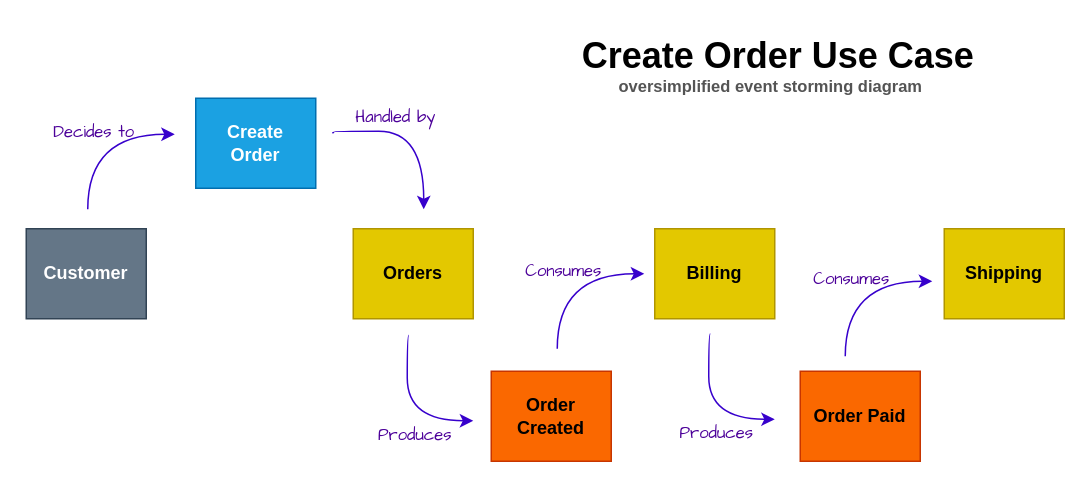
Gio0300/LoosePubSubAzure keeps this draw.io diagram as diagrams/business_use_case.drawio. Above is the earlier version. Source tidied: cells renumbered, new cells numbered last; positions are measured from the earlier drawing's top-left corner, leaving out a move shared by most shapes. Both pictures are drawn from the tidied source at 150%, with x=0, y=0 at pixel (26, 26).
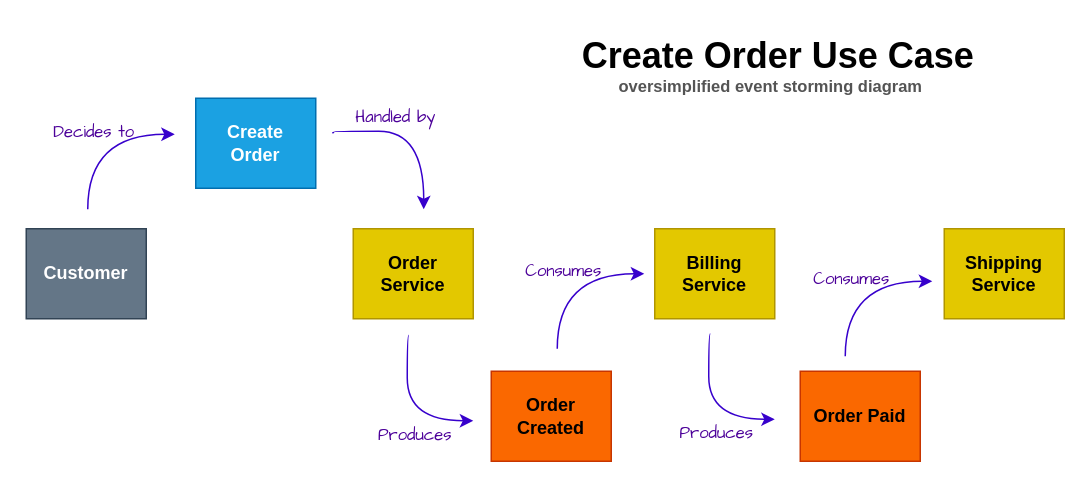
After the change.

Commit message (it also covers changes not shown here):
complete introduction

What changed in the source:
```diff
@@
-    <mxCell id="2" value="Orders" style="rounded=0;whiteSpace=wrap;html=1;fillColor=#e3c800;fontColor=#000000;strokeColor=#B09500;fontStyle=1;" parent="1" vertex="1">
+    <mxCell id="2" value="Order&lt;br&gt;Service" style="rounded=0;whiteSpace=wrap;html=1;fillColor=#e3c800;fontColor=#000000;strokeColor=#B09500;fontStyle=1;" parent="1" vertex="1">
       <mxGeometry x="218" y="135" width="80" height="60" as="geometry" />
     </mxCell>
-    <mxCell id="3" value="Billing" style="rounded=0;whiteSpace=wrap;html=1;fillColor=#e3c800;fontColor=#000000;strokeColor=#B09500;fontStyle=1;" parent="1" vertex="1">
+    <mxCell id="3" value="Billing&lt;br&gt;Service" style="rounded=0;whiteSpace=wrap;html=1;fillColor=#e3c800;fontColor=#000000;strokeColor=#B09500;fontStyle=1;" parent="1" vertex="1">
       <mxGeometry x="419" y="135" width="80" height="60" as="geometry" />
     </mxCell>
@@
-    <mxCell id="8" value="Shipping" style="rounded=0;whiteSpace=wrap;html=1;fillColor=#e3c800;fontColor=#000000;strokeColor=#B09500;fontStyle=1;" parent="1" vertex="1">
+    <mxCell id="8" value="Shipping&lt;br&gt;Service" style="rounded=0;whiteSpace=wrap;html=1;fillColor=#e3c800;fontColor=#000000;strokeColor=#B09500;fontStyle=1;" parent="1" vertex="1">
       <mxGeometry x="612" y="135" width="80" height="60" as="geometry" />
     </mxCell>
```
